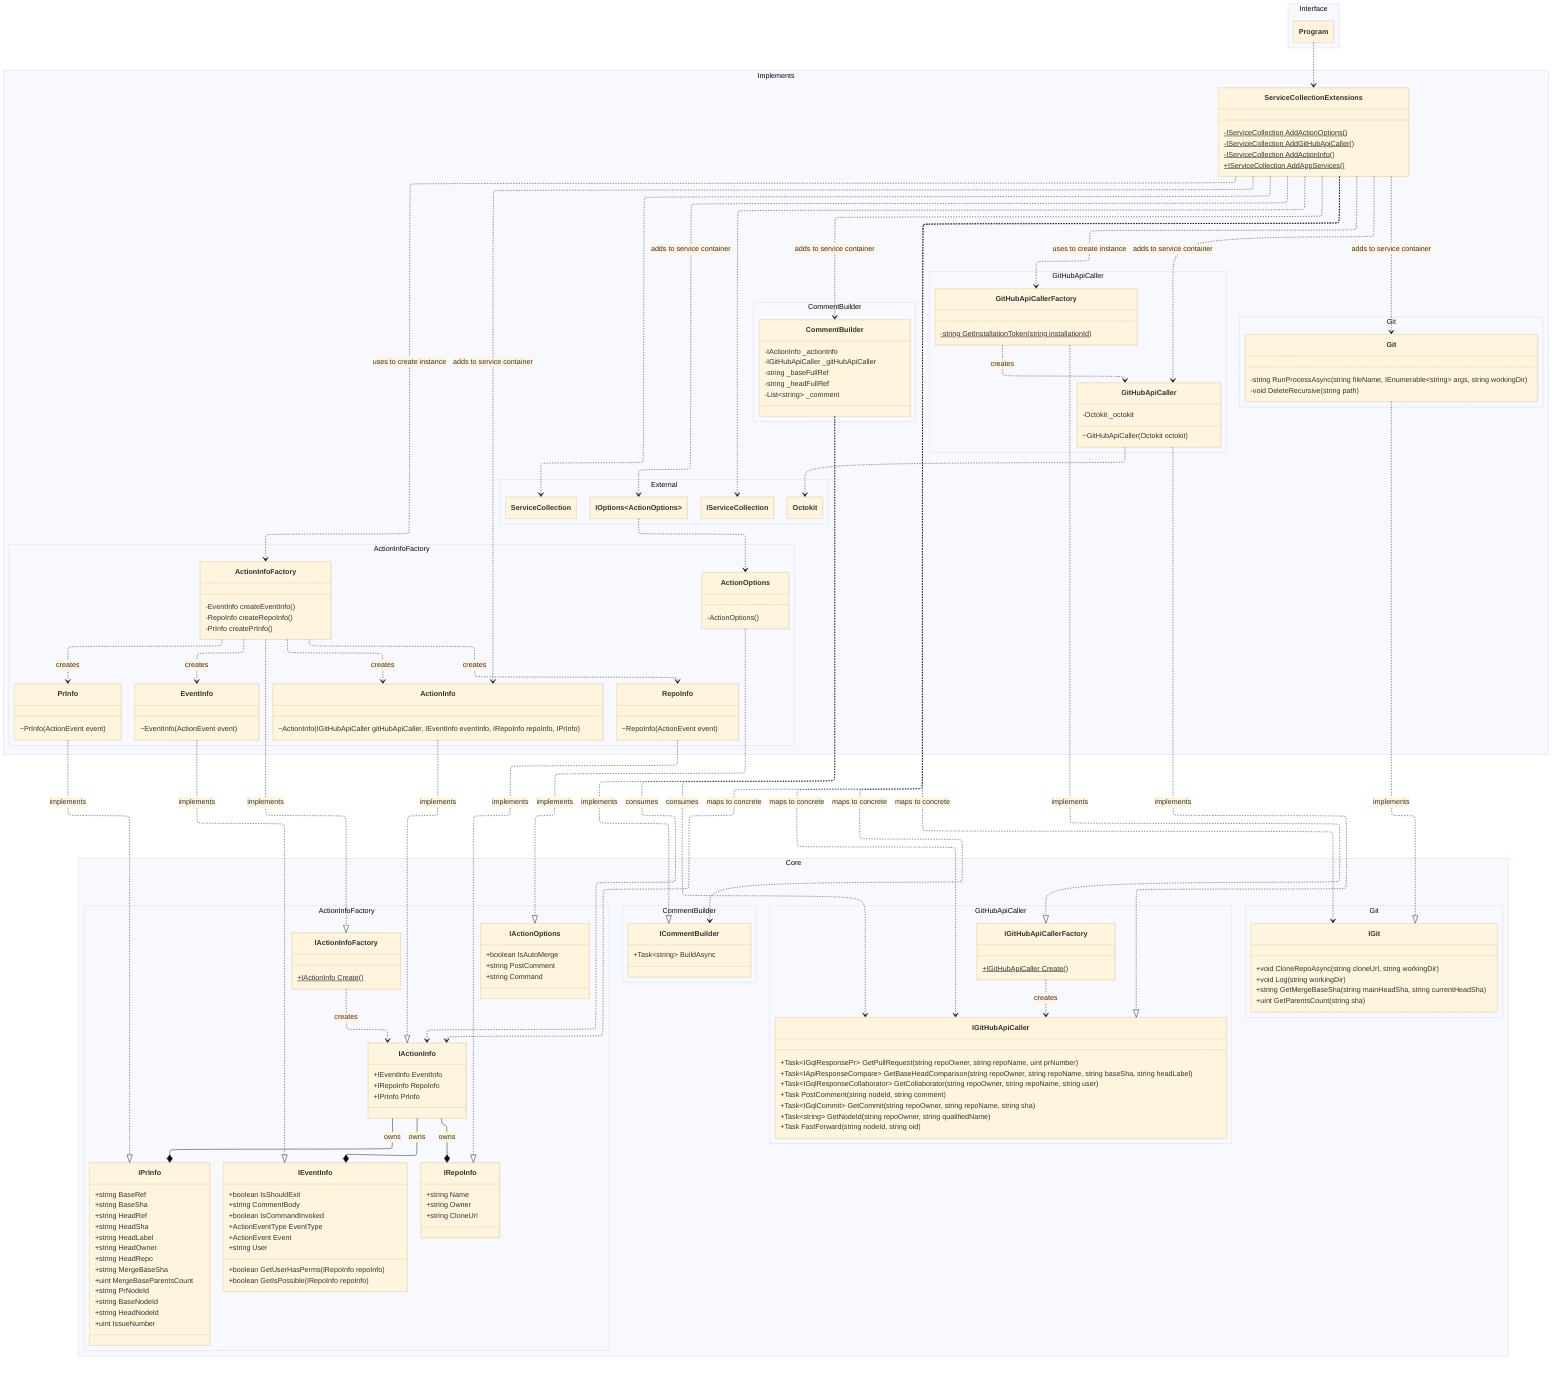
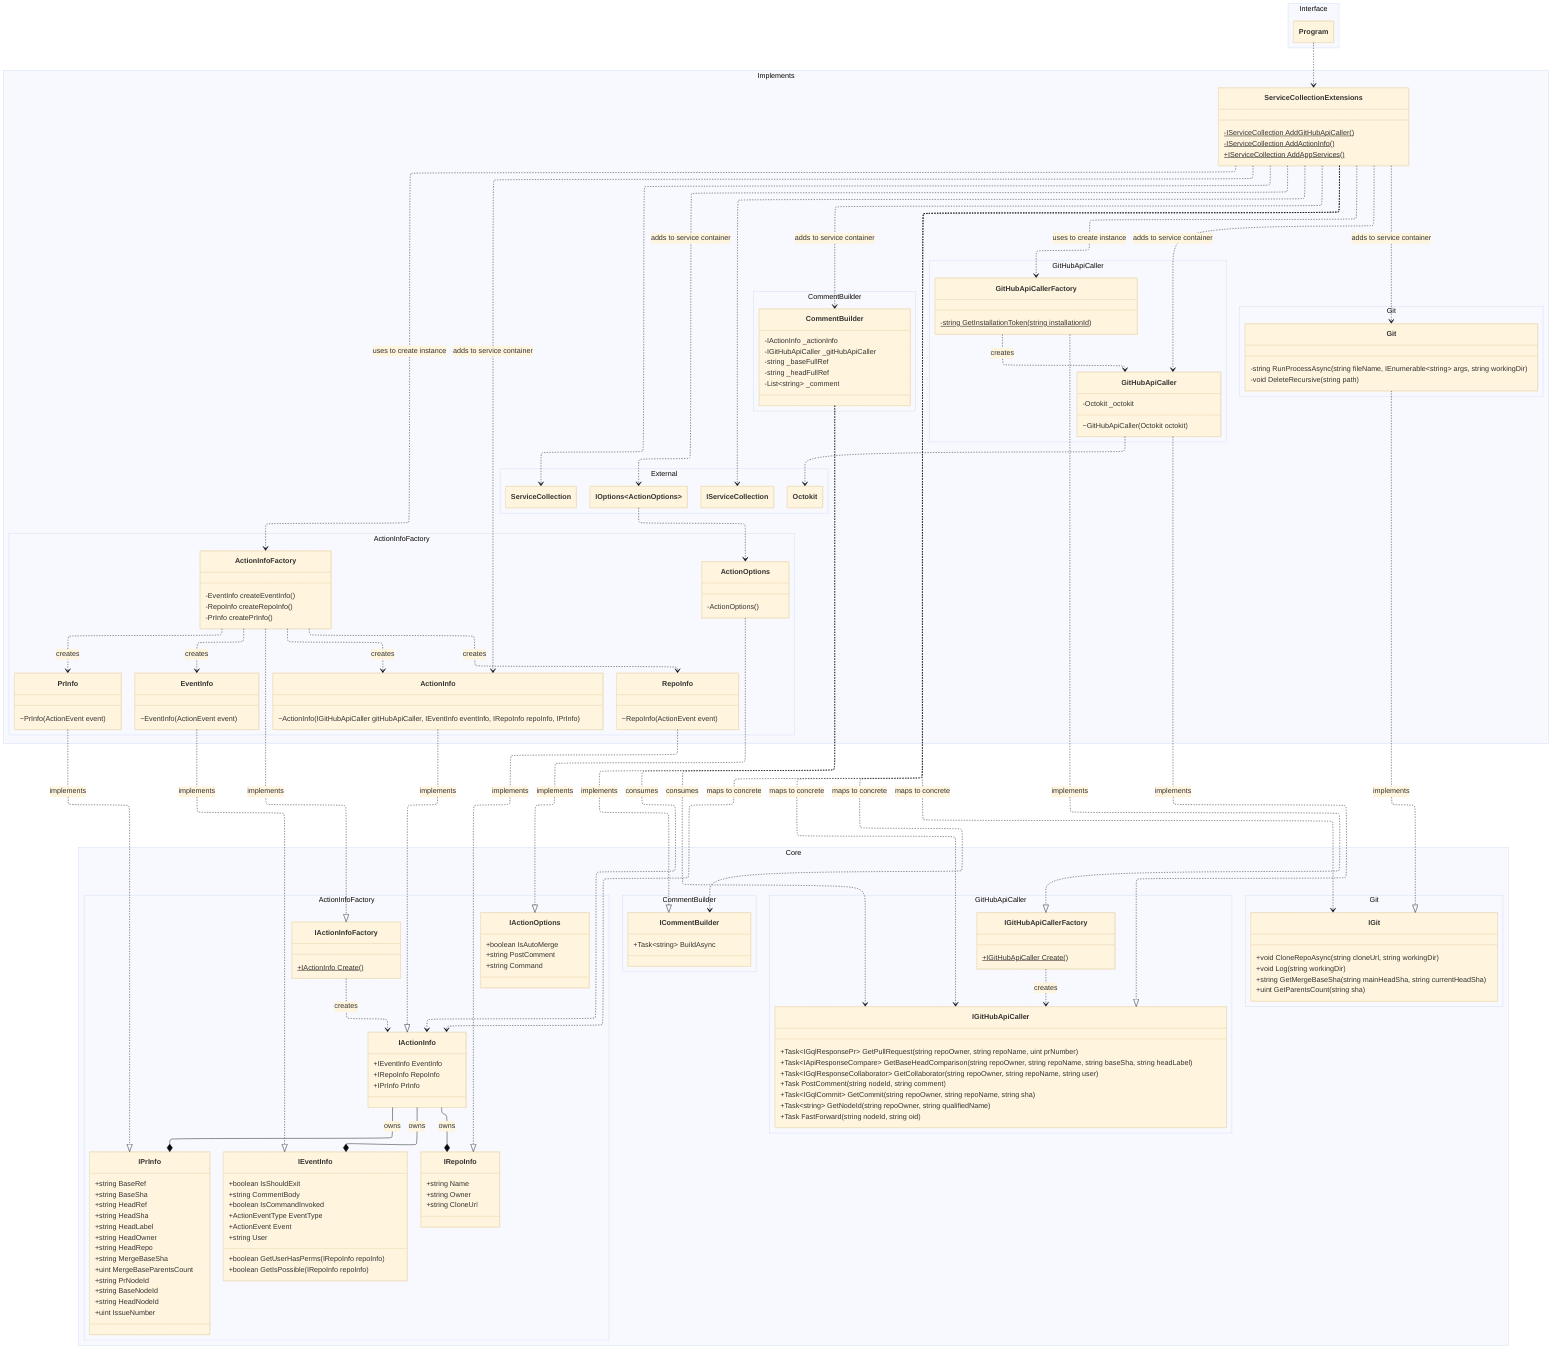
---
config:
  class:
    hideEmptyMembersBox: true
  layout: elk
  elk:
    mergeEdges: true
  theme: base
---

classDiagram
direction TB
  Program ..> ServiceCollectionExtensions

  %% App Services
  ServiceCollectionExtensions ..> IServiceCollection
  ServiceCollectionExtensions ..> ServiceCollection
  ServiceCollectionExtensions ..> ActionInfoFactory : uses to create instance
  ServiceCollectionExtensions ..> ActionInfo : adds to service container
  ServiceCollectionExtensions ..> IActionInfo : maps to concrete
  ServiceCollectionExtensions ..> GitHubApiCallerFactory : uses to create instance
  ServiceCollectionExtensions ..> GitHubApiCaller : adds to service container
  ServiceCollectionExtensions ..> IGitHubApiCaller : maps to concrete
  ServiceCollectionExtensions ..> Git : adds to service container
  ServiceCollectionExtensions ..> IGit : maps to concrete
  ServiceCollectionExtensions ..> CommentBuilder : adds to service container
  ServiceCollectionExtensions ..> ICommentBuilder : maps to concrete
  ServiceCollectionExtensions ..> IOptions~ActionOptions~ : adds to service container

  %% IActionInfoFactory
  IActionInfoFactory ..> IActionInfo : creates

  %% ActionInfoFactory
  ActionInfoFactory ..|> IActionInfoFactory : implements
  ActionInfoFactory ..> ActionInfo : creates
  ActionInfoFactory ..> EventInfo : creates
  ActionInfoFactory ..> RepoInfo : creates
  ActionInfoFactory ..> PrInfo : creates

  %% ActionOptions
  ActionOptions ..|> IActionOptions : implements
  IOptions~ActionOptions~ ..> ActionOptions

  %% CommentBuilder
  CommentBuilder ..|> ICommentBuilder : implements
  CommentBuilder ..> IActionInfo : consumes
  CommentBuilder ..> IGitHubApiCaller : consumes

  %% GitHubApiCallerFactory
  GitHubApiCallerFactory ..|> IGitHubApiCallerFactory : implements
  IGitHubApiCallerFactory ..> IGitHubApiCaller : creates
  GitHubApiCallerFactory ..> GitHubApiCaller : creates

  %% GitHubApiCaller
  GitHubApiCaller ..|> IGitHubApiCaller : implements
  GitHubApiCaller ..> Octokit

  %% ActionInfo
  ActionInfo ..|> IActionInfo : implements
  IActionInfo --* IEventInfo: owns
  IActionInfo --* IRepoInfo : owns
  IActionInfo --* IPrInfo : owns

  Git ..|> IGit : implements
  PrInfo ..|> IPrInfo : implements
  RepoInfo ..|> IRepoInfo : implements
  EventInfo ..|> IEventInfo : implements

  namespace Core {
    namespace CommentBuilder {
      class ICommentBuilder {
        +Task~string~ BuildAsync
      }
    }

    namespace Git {
      class IGit {
        +void CloneRepoAsync(string cloneUrl, string workingDir)
        +void Log(string workingDir)
        +string GetMergeBaseSha(string mainHeadSha, string currentHeadSha)
        +uint GetParentsCount(string sha)
      }
    }

    namespace ActionInfoFactory {
      class IActionInfoFactory {
        +IActionInfo Create()$
      }

      class IActionInfo {
        +IEventInfo EventInfo
        +IRepoInfo RepoInfo
        +IPrInfo PrInfo
      }

      class IPrInfo {
        +string BaseRef
        +string BaseSha
        +string HeadRef
        +string HeadSha
        +string HeadLabel
        +string HeadOwner
        +string HeadRepo
        +string MergeBaseSha
        +uint MergeBaseParentsCount
        +string PrNodeId
        +string BaseNodeId
        +string HeadNodeId
        +uint IssueNumber
      }

      class IRepoInfo {
        +string Name
        +string Owner
        +string CloneUrl
      }

      class IActionOptions {
        +boolean IsAutoMerge
        +string PostComment
        +string Command
      }

      class IEventInfo {
        +boolean IsShouldExit
        +string CommentBody
        +boolean IsCommandInvoked
        +ActionEventType EventType
        +ActionEvent Event
        +string User
        +boolean GetUserHasPerms(IRepoInfo repoInfo)
        +boolean GetIsPossible(IRepoInfo repoInfo)
      }
    }

    namespace GitHubApiCaller {
      class IGitHubApiCaller {
        +Task~IGqlResponsePr~ GetPullRequest(string repoOwner, string repoName, uint prNumber)
        +Task~IApiResponseCompare~ GetBaseHeadComparison(string repoOwner, string repoName, string baseSha, string headLabel)
        +Task~IGqlResponseCollaborator~ GetCollaborator(string repoOwner, string repoName, string user)
        +Task PostComment(string nodeId, string comment)
        +Task~IGqlCommit~ GetCommit(string repoOwner, string repoName, string sha)
        +Task~string~ GetNodeId(string repoOwner, string qualifiedName)
        +Task FastForward(string nodeId, string oid)
      }

      class IGitHubApiCallerFactory {
        +IGitHubApiCaller Create()$
      }
    }
  }

  namespace Implements {
    namespace External {
      class ServiceCollection { }
      class IServiceCollection { }
      class IOptions~ActionOptions~ { }
      class Octokit { }
    }

    namespace CommentBuilder {
      class CommentBuilder {
        -IActionInfo _actionInfo
        -IGitHubApiCaller _gitHubApiCaller
        -string _baseFullRef
        -string _headFullRef
        -List~string~ _comment
      }
    }

    namespace Git {
      class Git {
        -string RunProcessAsync(string fileName, IEnumerable~string~ args, string workingDir)
        -void DeleteRecursive(string path)
      }
    }

    namespace ActionInfoFactory {
      class ActionInfoFactory {
        -EventInfo createEventInfo()
        -RepoInfo createRepoInfo()
        -PrInfo createPrInfo()
      }

      class ActionInfo {
        ~ActionInfo(IGitHubApiCaller gitHubApiCaller, IEventInfo eventInfo, IRepoInfo repoInfo, IPrInfo)
      }

      class PrInfo {
        ~PrInfo(ActionEvent event)
      }

      class RepoInfo {
        ~RepoInfo(ActionEvent event)
      }

      class ActionOptions {
        -ActionOptions()
      }

      class EventInfo {
        ~EventInfo(ActionEvent event)
      }
    }

    namespace GitHubApiCaller {
      class GitHubApiCaller {
        -Octokit _octokit
        ~GitHubApiCaller(Octokit octokit)
      }

      class GitHubApiCallerFactory {
        -string GetInstallationToken(string installationId)$
      }
    }

    class ServiceCollectionExtensions {
-       -IServiceCollection AddActionOptions()$
      -IServiceCollection AddGitHubApiCaller()$
      -IServiceCollection AddActionInfo()$
      +IServiceCollection AddAppServices()$
    }
  }

  namespace Interface {
    class Program { }
  }